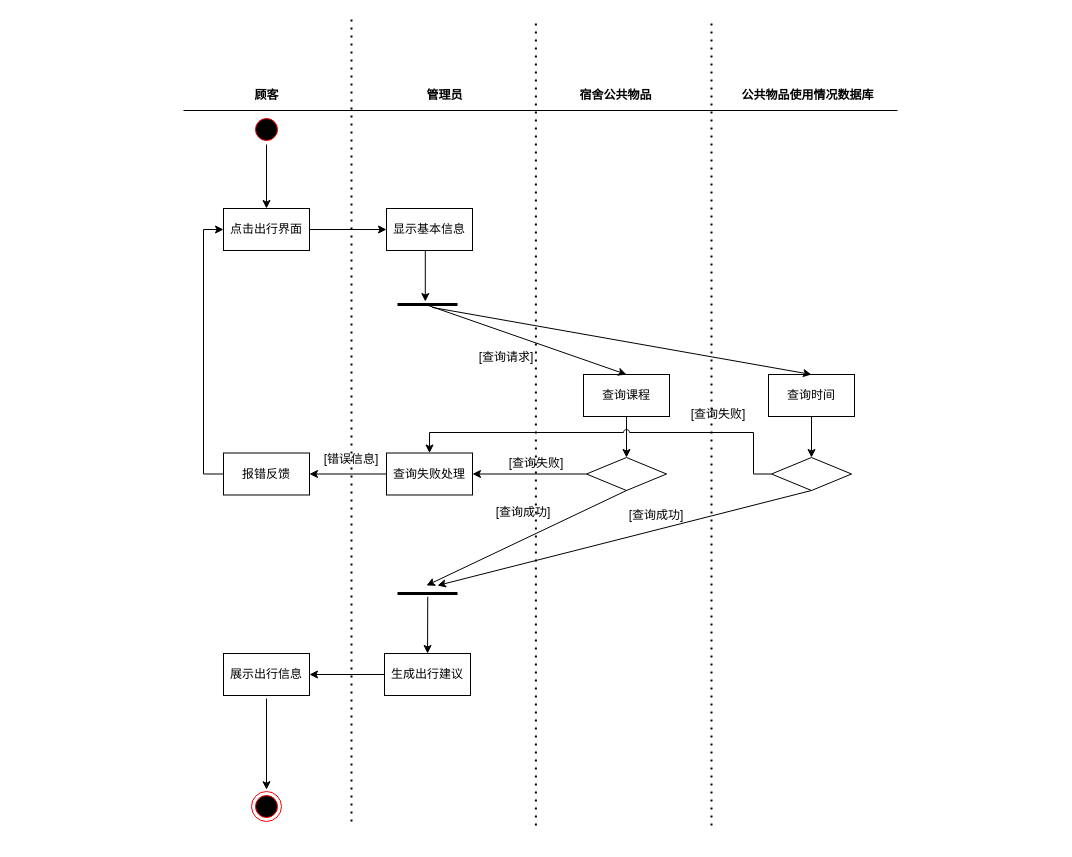
Before: 软件工程公共物品借用.drawio in ZYNsama666/BackUp, a draw.io diagram. Source tidied: cells renumbered, new cells numbered last; positions are measured from the earlier drawing's top-left corner, leaving out a move shared by most shapes. Both pictures are drawn from the tidied source at 100%, with x=0, y=0 at pixel (183, 18).
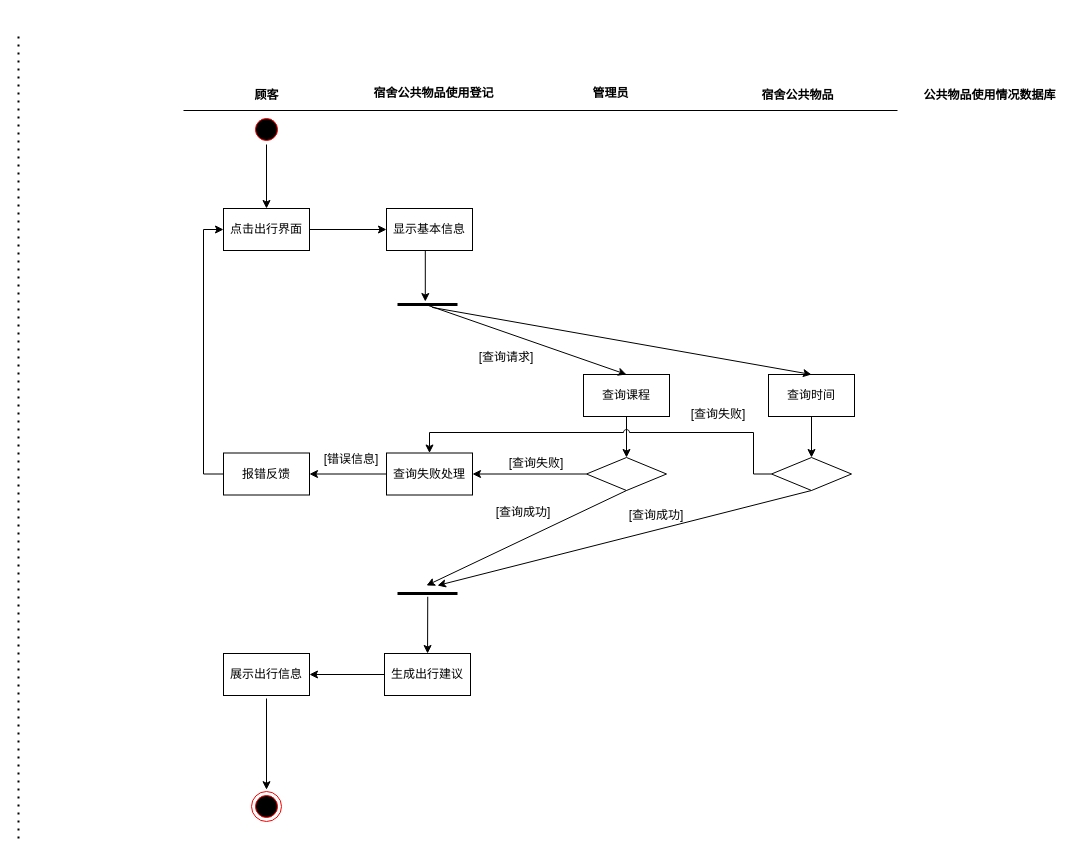
The same diagram, later.

Commit message (it also covers changes not shown here):
更新软件工程公共物品借用.drawio

Change to the diagram source:
```diff
@@
     <mxCell id="4" value="管理员" style="text;align=center;fontStyle=1;verticalAlign=middle;spacingLeft=3;spacingRight=3;strokeColor=none;html=1;" parent="1" vertex="1">
-      <mxGeometry x="237" y="69" width="48" height="16" as="geometry" />
+      <mxGeometry x="403" y="67" width="48" height="16" as="geometry" />
     </mxCell>
     <mxCell id="5" value="公共物品使用情况数据库" style="text;align=center;fontStyle=1;verticalAlign=middle;spacingLeft=3;spacingRight=3;strokeColor=none;html=1;" parent="1" vertex="1">
-      <mxGeometry x="600" y="69" width="48" height="16" as="geometry" />
+      <mxGeometry x="782" y="69" width="48" height="16" as="geometry" />
     </mxCell>
     <mxCell id="6" value="宿舍公共物品" style="text;align=center;fontStyle=1;verticalAlign=middle;spacingLeft=3;spacingRight=3;strokeColor=none;html=1;" parent="1" vertex="1">
-      <mxGeometry x="408" y="69" width="48" height="16" as="geometry" />
+      <mxGeometry x="590" y="69" width="48" height="16" as="geometry" />
     </mxCell>
@@
     <mxCell id="18" style="endArrow=none;dashed=1;html=1;dashPattern=1 3;strokeWidth=2;rounded=0;" parent="1" edge="1">
       <mxGeometry relative="1" as="geometry">
-        <mxPoint x="168" y="803" as="sourcePoint" />
-        <mxPoint x="168" as="targetPoint" />
+        <mxPoint x="-165" y="820" as="sourcePoint" />
+        <mxPoint x="-165" y="17" as="targetPoint" />
       </mxGeometry>
     </mxCell>
@@
-    <mxCell id="44" style="endArrow=none;dashed=1;html=1;dashPattern=1 3;strokeWidth=2;rounded=0;" parent="1" edge="1">
-      <mxGeometry relative="1" as="geometry">
-        <mxPoint x="352.4" y="807" as="sourcePoint" />
-        <mxPoint x="352.4" y="4" as="targetPoint" />
-      </mxGeometry>
-    </mxCell>
-    <mxCell id="45" style="endArrow=none;dashed=1;html=1;dashPattern=1 3;strokeWidth=2;rounded=0;" parent="1" edge="1">
-      <mxGeometry relative="1" as="geometry">
-        <mxPoint x="528" y="807" as="sourcePoint" />
-        <mxPoint x="528" y="4" as="targetPoint" />
-      </mxGeometry>
-    </mxCell>
+    <mxCell id="46" value="宿舍公共物品使用登记" style="text;align=center;fontStyle=1;verticalAlign=middle;spacingLeft=3;spacingRight=3;strokeColor=none;html=1;" parent="1" vertex="1">
+      <mxGeometry x="226" y="67" width="48" height="16" as="geometry" />
+    </mxCell>
```
